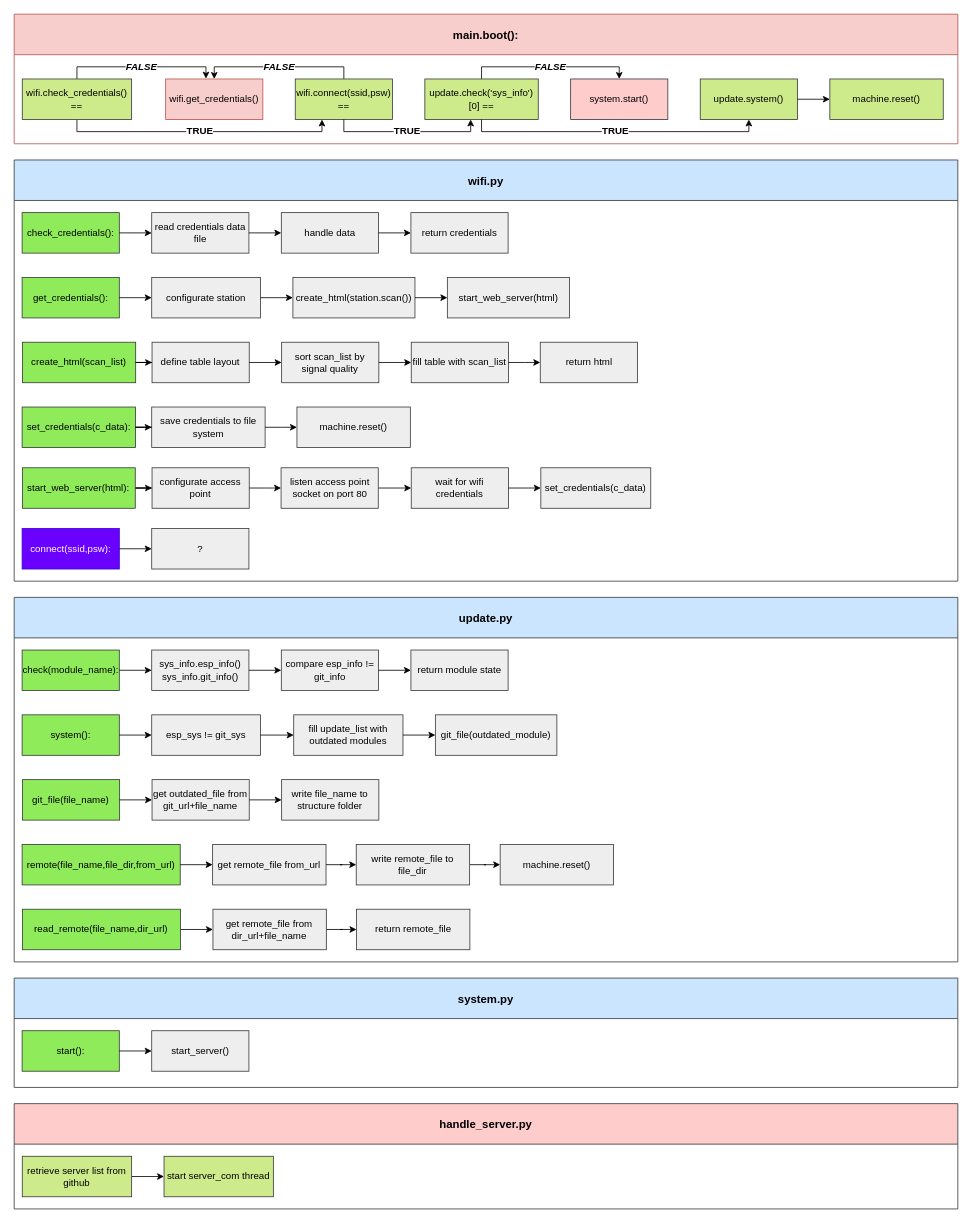
The draw.io diagram design_files/esp_structure.drawio in marsex/workbench, before the edit. Source tidied: cells renumbered, new cells numbered last; positions are measured from the earlier drawing's top-left corner, leaving out a move shared by most shapes. Both pictures are drawn from the tidied source at 81%, with x=0, y=0 at pixel (14, 14).
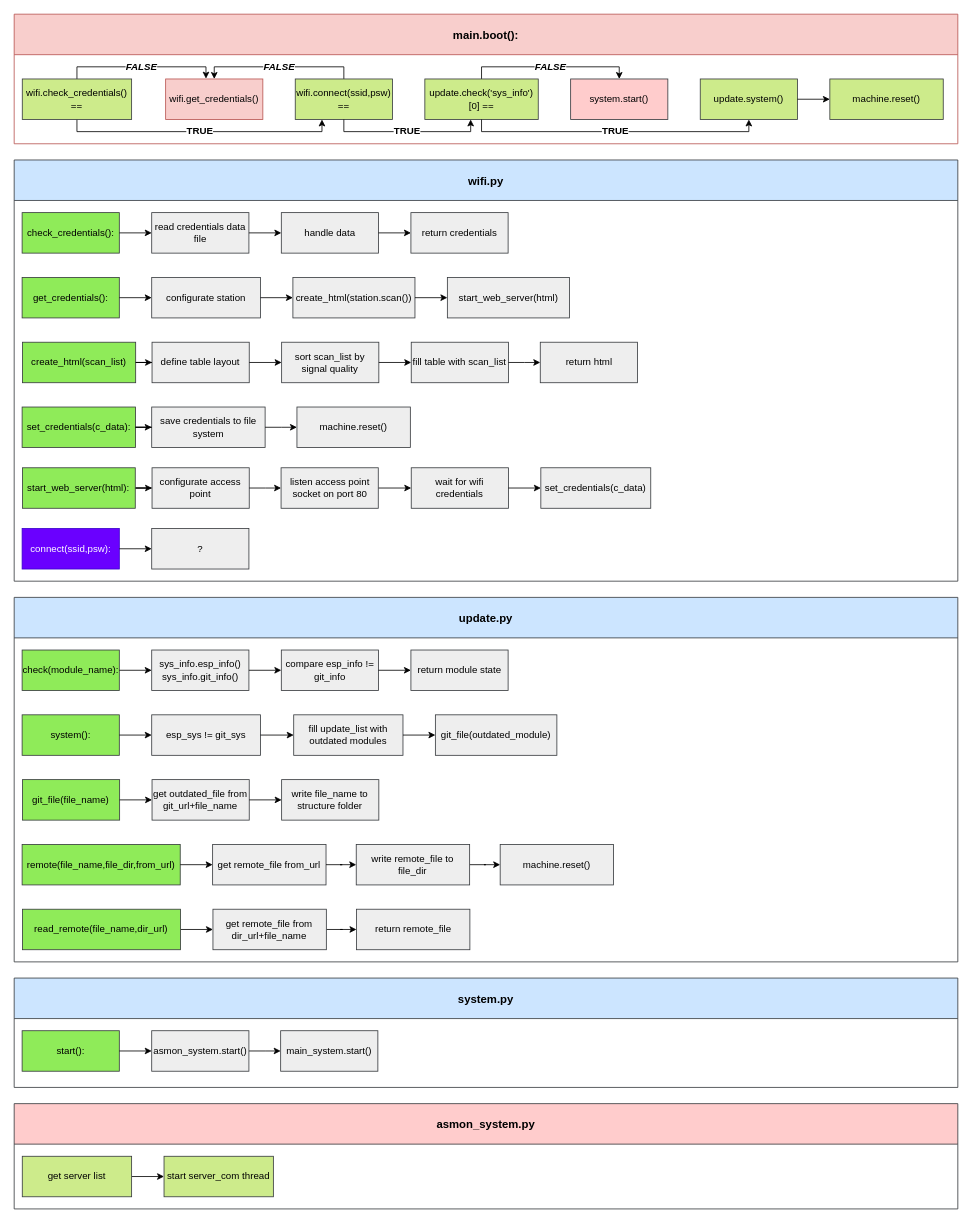
The same diagram, later.

The change refers to these unchanged cells:
```xml
<mxCell id="96" value="system.py" style="swimlane;strokeColor=#36393d;fillColor=#cce5ff;fontSize=14;startSize=50;flipH=1;swimlaneFillColor=none;" parent="1" vertex="1">
  <mxGeometry y="1190" width="1165" height="135" as="geometry" />
</mxCell>
```

The edit, as a diff of the source:
```diff
@@
+    <mxCell id="117" style="edgeStyle=orthogonalEdgeStyle;rounded=0;jettySize=auto;html=1;" parent="96" edge="1" source="98" target="118">
+      <mxGeometry relative="1" as="geometry" />
+    </mxCell>
-    <mxCell id="98" value="start_server()" style="rounded=0;whiteSpace=wrap;html=1;fillColor=#eeeeee;strokeColor=#36393d;" parent="96" vertex="1">
+    <mxCell id="98" value="asmon_system.start()" style="rounded=0;whiteSpace=wrap;html=1;fillColor=#eeeeee;strokeColor=#36393d;" parent="96" vertex="1">
       <mxGeometry x="169.8" y="65" width="120" height="50" as="geometry" />
     </mxCell>
+    <mxCell id="118" value="main_system.start()" style="rounded=0;whiteSpace=wrap;html=1;fillColor=#eeeeee;strokeColor=#36393d;" parent="96" vertex="1">
+      <mxGeometry x="329" y="65" width="120" height="50" as="geometry" />
+    </mxCell>
@@
-    <mxCell id="106" value="handle_server.py" style="swimlane;strokeColor=#36393d;fillColor=#ffcccc;fontSize=14;startSize=50;flipH=1;swimlaneFillColor=none;" parent="1" vertex="1">
+    <mxCell id="106" value="asmon_system.py" style="swimlane;strokeColor=#36393d;fillColor=#ffcccc;fontSize=14;startSize=50;flipH=1;swimlaneFillColor=none;" parent="1" vertex="1">
       <mxGeometry y="1345" width="1165" height="130" as="geometry" />
     </mxCell>
@@
-    <mxCell id="115" value="retrieve server list from github" style="rounded=0;whiteSpace=wrap;html=1;fillColor=#cdeb8b;strokeColor=#36393d;" parent="106" vertex="1">
+    <mxCell id="115" value="get server list" style="rounded=0;whiteSpace=wrap;html=1;fillColor=#cdeb8b;strokeColor=#36393d;" parent="106" vertex="1">
       <mxGeometry x="10" y="65" width="135" height="50" as="geometry" />
     </mxCell>
```
